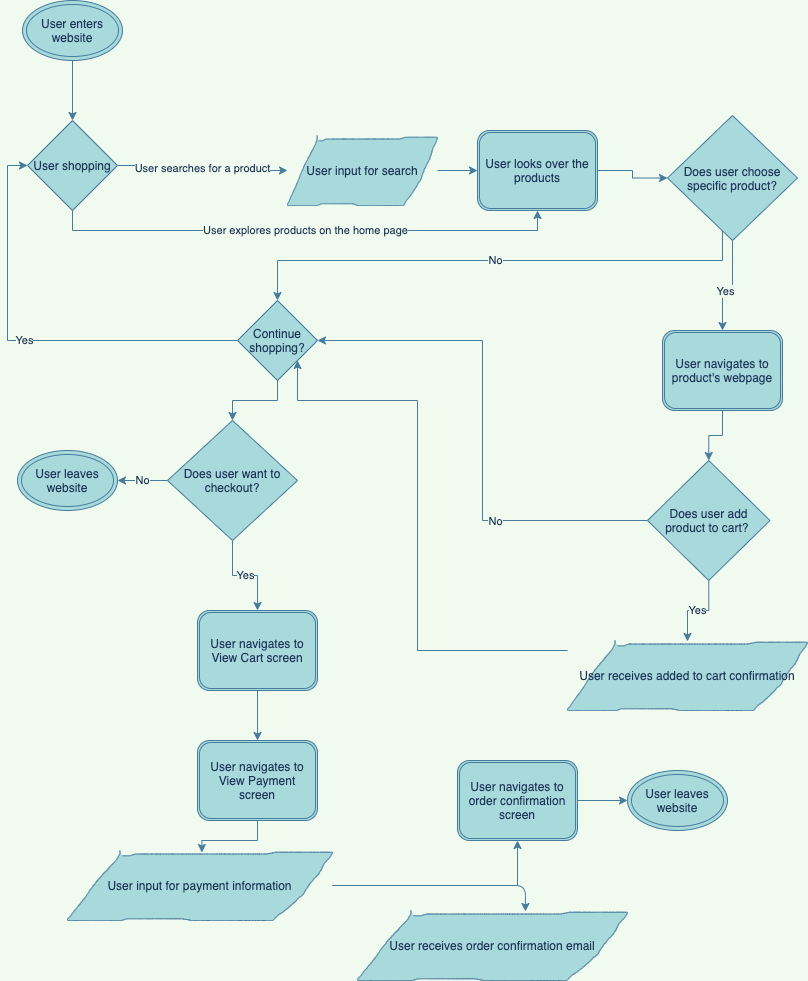
Earlier version of the draw.io export explore/diagramming/diagram.drawio.png (justinnguyen0/fa21-cse110-lab4). Source tidied: cells renumbered, new cells last; positions are measured from the earlier drawing's top-left corner, leaving out a move shared by most shapes.
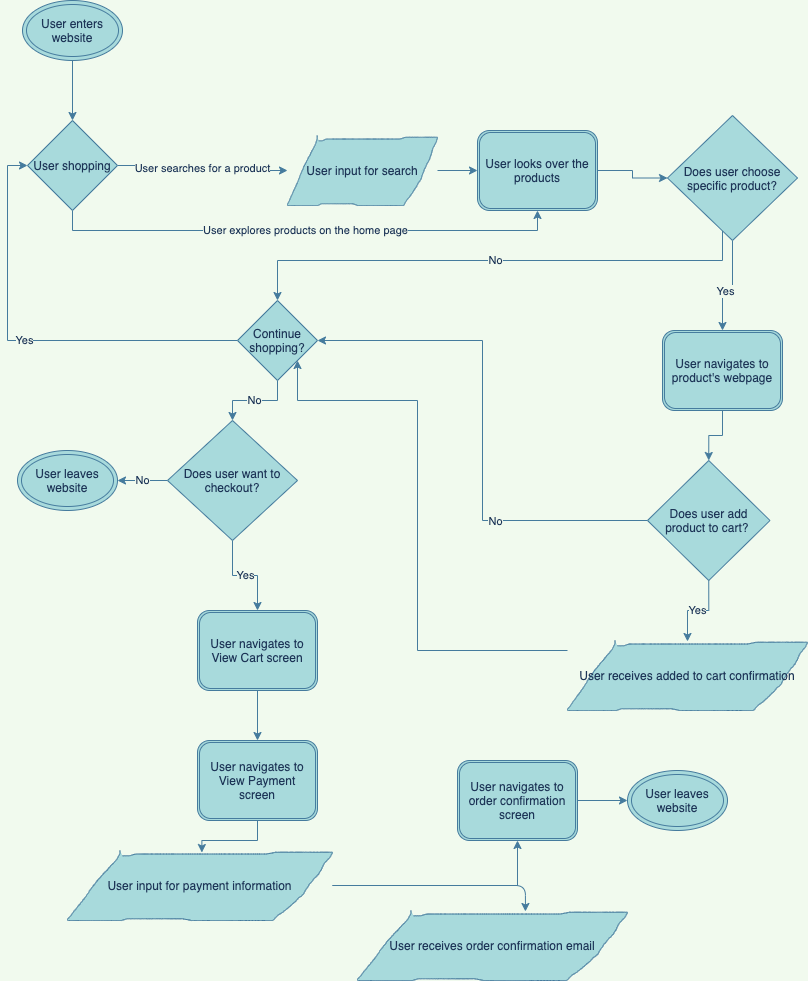
The same file after the commit.

Commit message:
modifying diagram

Change to the diagram source:
```diff
@@ -49,7 +49,7 @@
     <mxCell id="15" value="Yes" style="edgeStyle=orthogonalEdgeStyle;rounded=0;jettySize=auto;html=1;exitX=0;exitY=0.5;exitDx=0;exitDy=0;entryX=0;entryY=0.5;entryDx=0;entryDy=0;labelBackgroundColor=#F1FAEE;strokeColor=#457B9D;fontColor=#1D3557;" parent="1" edge="1" source="17" target="6">
       <mxGeometry relative="1" as="geometry" />
     </mxCell>
-    <mxCell id="16" style="edgeStyle=orthogonalEdgeStyle;rounded=0;jettySize=auto;html=1;entryX=0.5;entryY=0;entryDx=0;entryDy=0;labelBackgroundColor=#F1FAEE;strokeColor=#457B9D;fontColor=#1D3557;" parent="1" edge="1" source="17" target="28">
+    <mxCell id="16" value="No" style="edgeStyle=orthogonalEdgeStyle;rounded=0;jettySize=auto;html=1;entryX=0.5;entryY=0;entryDx=0;entryDy=0;labelBackgroundColor=#F1FAEE;strokeColor=#457B9D;fontColor=#1D3557;" parent="1" edge="1" source="17" target="28">
       <mxGeometry relative="1" as="geometry" />
     </mxCell>
     <mxCell id="17" value="Continue shopping?" style="rhombus;whiteSpace=wrap;html=1;fillColor=#A8DADC;strokeColor=#457B9D;fontColor=#1D3557;" parent="1" vertex="1">
```
